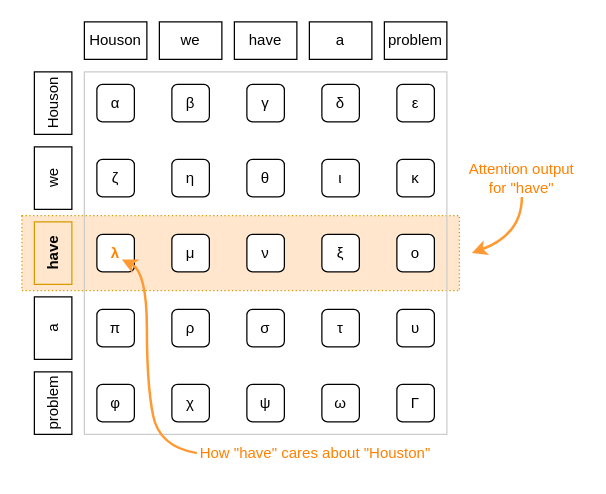
Earlier version of the draw.io diagram book/images/attention/attention-weights-houston.drawio (yshavit/llm-notes). Source tidied: cells renumbered, new cells numbered last; positions are measured from the earlier drawing's top-left corner, leaving out a move shared by most shapes. Both pictures are drawn from the tidied source at 125%, with x=0, y=0 at pixel (21, 21).
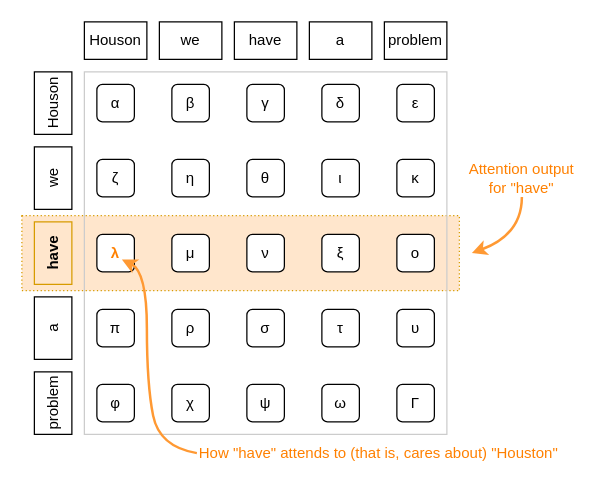
The same page after the edit.

Commit message (it also covers changes not shown here):
tweaks to self-attention intro

What changed in the source:
```diff
@@
-    <mxCell id="42" value="How &quot;have&quot; cares about &quot;Houston&quot;" style="text;html=1;whiteSpace=wrap;strokeColor=none;fillColor=none;align=center;verticalAlign=middle;rounded=0;fontColor=#FF8000;" parent="1" vertex="1">
-      <mxGeometry x="140" y="330" width="190" height="30" as="geometry" />
+    <mxCell id="42" value="How &quot;have&quot; attends to (that is, cares about) &quot;Houston&quot;" style="text;html=1;whiteSpace=wrap;strokeColor=none;fillColor=none;align=left;verticalAlign=middle;rounded=0;fontColor=#FF8000;" parent="1" vertex="1">
+      <mxGeometry x="140" y="330" width="300" height="30" as="geometry" />
     </mxCell>
```
